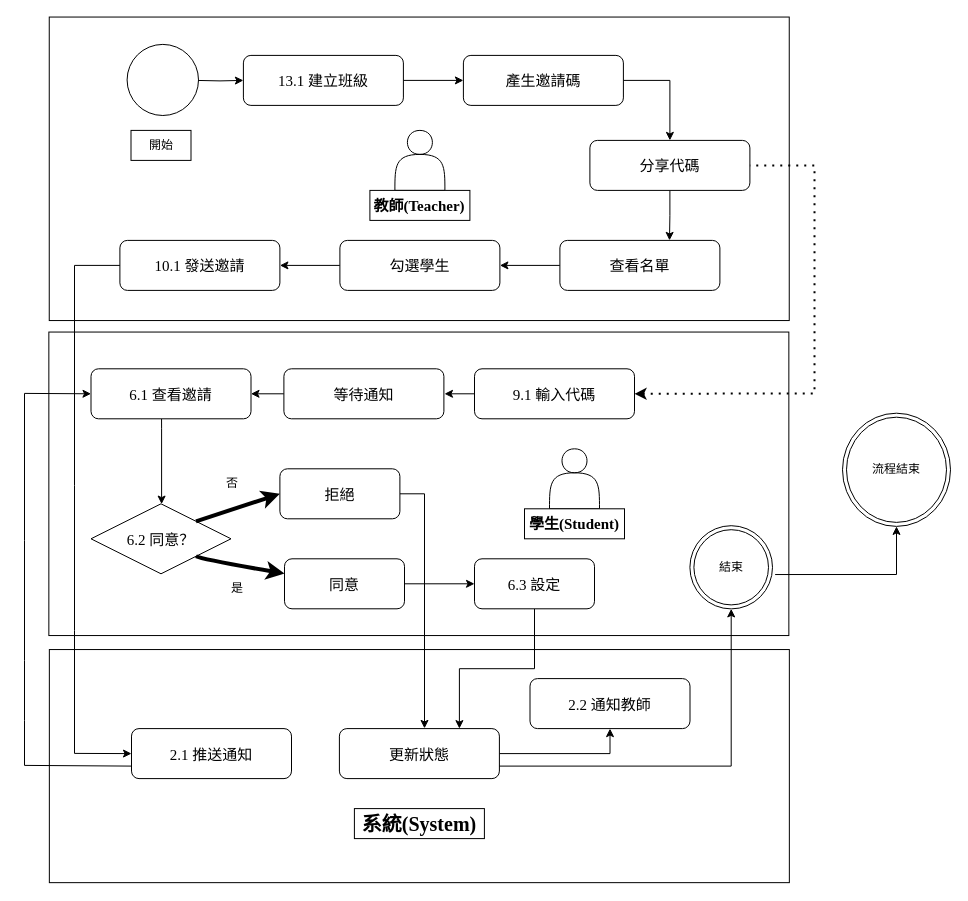
The draw.io diagram 02.專題文件/各種架構流程圖/更新班級與互動流程圖.drawio.xml in 1yidayo/Luminew, before the edit. Source tidied: cells renumbered, new cells numbered last; positions are measured from the earlier drawing's top-left corner, leaving out a move shared by most shapes. Both pictures are drawn from the tidied source at 100%, with x=0, y=0 at pixel (24, -202).
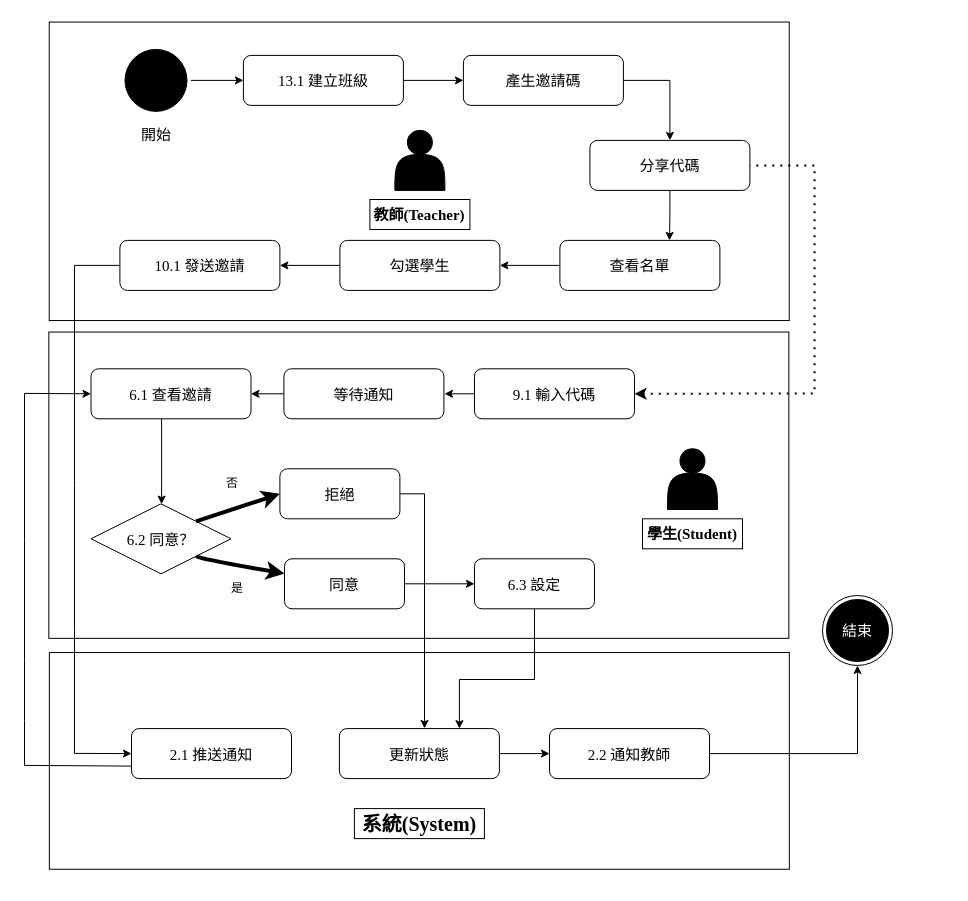
The same diagram, later.

Unchanged cells that the change refers to:
```xml
<mxCell id="7" value="13.1 建立班級" style="rounded=1;fontFamily=Times New Roman;fontSize=15;fontColor=light-dark(#000000,#000000);strokeColor=light-dark(#000000,#000000);labelBackgroundColor=light-dark(#FFFFFF,transparent);fillColor=light-dark(#FFFFFF,#FFFFFF);" parent="1" vertex="1">
  <mxGeometry x="218.9" y="256.9" width="160" height="50" as="geometry" />
</mxCell>
<mxCell id="19" value="更新狀態" style="rounded=1;fontFamily=Times New Roman;fontSize=15;fontColor=light-dark(#000000,#000000);strokeColor=light-dark(#000000,#000000);labelBackgroundColor=light-dark(#FFFFFF,transparent);fillColor=light-dark(#FFFFFF,#FFFFFF);" parent="1" vertex="1">
  <mxGeometry x="314.9" y="930.1" width="160" height="50" as="geometry" />
</mxCell>
<mxCell id="34" value="6.3 設定" style="rounded=1;fontFamily=Times New Roman;fontSize=15;flipH=0;flipV=0;fontColor=light-dark(#000000,#000000);strokeColor=light-dark(#000000,#000000);labelBackgroundColor=light-dark(#FFFFFF,transparent);fillColor=light-dark(#FFFFFF,#FFFFFF);" parent="1" vertex="1">
  <mxGeometry x="450" y="760.3" width="120" height="50" as="geometry" />
</mxCell>
```

What changed in the source:
```diff
@@
     <mxCell id="2" style="rounded=0;whiteSpace=wrap;html=1;rotation=90;fontColor=light-dark(#000000,#000000);strokeColor=light-dark(#000000,#000000);labelBackgroundColor=light-dark(#FFFFFF,#FFFFFF);fillColor=light-dark(#FFFFFF,#FFFFFF);" parent="1" vertex="1">
-      <mxGeometry x="243" y="0.3" width="303.5" height="740" as="geometry" />
+      <mxGeometry x="245.5" y="2.8" width="298.5" height="740" as="geometry" />
     </mxCell>
     <mxCell id="3" style="rounded=0;whiteSpace=wrap;html=1;rotation=90;fontColor=light-dark(#000000,#000000);strokeColor=light-dark(#000000,#000000);labelBackgroundColor=light-dark(#FFFFFF,transparent);fillColor=light-dark(#FFFFFF,#FFFFFF);" parent="1" vertex="1">
-      <mxGeometry x="278.3" y="597.6" width="233.1" height="740" as="geometry" />
+      <mxGeometry x="286.5" y="592.4" width="216.7" height="740" as="geometry" />
     </mxCell>
     <mxCell id="4" style="rounded=0;whiteSpace=wrap;html=1;rotation=90;fontColor=light-dark(#000000,#000000);strokeColor=light-dark(#000000,#000000);labelBackgroundColor=light-dark(#FFFFFF,transparent);fillColor=light-dark(#FFFFFF,#FFFFFF);" parent="1" vertex="1">
-      <mxGeometry x="242.6" y="315.3" width="303.5" height="740" as="geometry" />
+      <mxGeometry x="241.2" y="316.7" width="306.3" height="740" as="geometry" />
     </mxCell>
-    <mxCell id="5" style="edgeStyle=orthogonalEdgeStyle;rounded=0;jettySize=auto;html=1;exitX=1;exitY=0.5;exitDx=0;exitDy=0;entryX=0;entryY=0.5;entryDx=0;entryDy=0;fontColor=light-dark(#000000,#000000);strokeColor=light-dark(#000000,#000000);labelBackgroundColor=light-dark(#FFFFFF,transparent);fillColor=light-dark(#FFFFFF,#FFFFFF);" parent="1" edge="1" target="7">
-      <mxGeometry relative="1" as="geometry">
-        <mxPoint x="171" y="281.9" as="sourcePoint" />
-      </mxGeometry>
+    <mxCell id="5" style="edgeStyle=orthogonalEdgeStyle;rounded=0;jettySize=auto;html=1;exitX=1;exitY=0.5;exitDx=0;exitDy=0;entryX=0;entryY=0.5;entryDx=0;entryDy=0;fontColor=light-dark(#000000,#000000);strokeColor=light-dark(#000000,#000000);labelBackgroundColor=light-dark(#FFFFFF,transparent);fillColor=light-dark(#FFFFFF,#FFFFFF);" parent="1" edge="1" source="43" target="7">
+      <mxGeometry relative="1" as="geometry" />
     </mxCell>
@@
-    <mxCell id="18" style="edgeStyle=orthogonalEdgeStyle;rounded=0;jettySize=auto;html=1;exitX=1;exitY=0.5;exitDx=0;exitDy=0;entryX=0.5;entryY=1;entryDx=0;entryDy=0;fontColor=light-dark(#000000,#000000);strokeColor=light-dark(#000000,#000000);labelBackgroundColor=light-dark(#FFFFFF,transparent);fillColor=light-dark(#FFFFFF,#FFFFFF);" parent="1" edge="1" source="19" target="20">
-      <mxGeometry relative="1" as="geometry" />
+    <mxCell id="18" style="edgeStyle=orthogonalEdgeStyle;rounded=0;jettySize=auto;html=1;exitX=1;exitY=0.5;exitDx=0;exitDy=0;entryX=0;entryY=0.5;entryDx=0;entryDy=0;fontColor=light-dark(#000000,#000000);strokeColor=light-dark(#000000,#000000);labelBackgroundColor=light-dark(#FFFFFF,transparent);fillColor=light-dark(#FFFFFF,#FFFFFF);" parent="1" edge="1" source="19" target="20">
+      <mxGeometry relative="1" as="geometry">
+        <Array as="points">
+          <mxPoint x="518" y="955" />
+          <mxPoint x="518" y="955" />
+        </Array>
+      </mxGeometry>
     </mxCell>
@@
     <mxCell id="20" value="2.2 通知教師" style="rounded=1;fontFamily=Times New Roman;fontSize=15;fontColor=light-dark(#000000,#000000);strokeColor=light-dark(#000000,#000000);labelBackgroundColor=light-dark(#FFFFFF,transparent);fillColor=light-dark(#FFFFFF,#FFFFFF);" parent="1" vertex="1">
-      <mxGeometry x="505.5" y="880.1" width="160" height="50" as="geometry" />
+      <mxGeometry x="525" y="930.1" width="160" height="50" as="geometry" />
     </mxCell>
-    <mxCell id="21" style="shape=actor;whiteSpace=wrap;html=1;fillColor=light-dark(#FFFFFF,#000000);strokeColor=light-dark(#000000,#000000);fontColor=light-dark(#000000,#000000);labelBackgroundColor=light-dark(#FFFFFF,transparent);" parent="1" vertex="1">
+    <mxCell id="21" style="shape=actor;whiteSpace=wrap;html=1;fillColor=light-dark(#000000,#000000);strokeColor=light-dark(#000000,#000000);fontColor=light-dark(#000000,#000000);labelBackgroundColor=light-dark(#FFFFFF,transparent);" parent="1" vertex="1">
       <mxGeometry x="370.4" y="331.9" width="50" height="60" as="geometry" />
     </mxCell>
     <mxCell id="22" value="&lt;font style=&quot;font-size: 15px;&quot;&gt;教師(Teacher)&lt;/font&gt;" style="text;html=1;whiteSpace=wrap;strokeColor=light-dark(#000000,#000000);fillColor=light-dark(#FFFFFF,#FFFFFF);align=center;verticalAlign=middle;rounded=0;fontFamily=Times New Roman;fontStyle=1;fontColor=light-dark(#000000,#000000);labelBackgroundColor=light-dark(#FFFFFF,transparent);" parent="1" vertex="1">
-      <mxGeometry x="345.4" y="391.9" width="100" height="30" as="geometry" />
+      <mxGeometry x="345.4" y="401" width="100" height="30" as="geometry" />
     </mxCell>
@@
     <mxCell id="33" style="edgeStyle=orthogonalEdgeStyle;rounded=0;jettySize=auto;html=1;exitX=0.5;exitY=1;exitDx=0;exitDy=0;entryX=0.75;entryY=0;entryDx=0;entryDy=0;fontColor=light-dark(#000000,#000000);strokeColor=light-dark(#000000,#000000);labelBackgroundColor=light-dark(#FFFFFF,transparent);fillColor=light-dark(#FFFFFF,#FFFFFF);" parent="1" edge="1" source="34" target="19">
-      <mxGeometry relative="1" as="geometry" />
+      <mxGeometry relative="1" as="geometry">
+        <Array as="points">
+          <mxPoint x="510" y="881" />
+          <mxPoint x="435" y="881" />
+        </Array>
+      </mxGeometry>
     </mxCell>
@@
-    <mxCell id="37" style="shape=actor;whiteSpace=wrap;html=1;fillColor=light-dark(#FFFFFF,#000000);strokeColor=light-dark(#000000,#000000);flipH=0;flipV=0;fontColor=light-dark(#000000,#000000);labelBackgroundColor=light-dark(#FFFFFF,transparent);" parent="1" vertex="1">
-      <mxGeometry x="525" y="650.3" width="50" height="60" as="geometry" />
+    <mxCell id="37" style="shape=actor;whiteSpace=wrap;html=1;fillColor=light-dark(#000000,#000000);strokeColor=light-dark(#000000,#000000);flipH=0;flipV=0;fontColor=light-dark(#000000,#000000);labelBackgroundColor=light-dark(#FFFFFF,transparent);" parent="1" vertex="1">
+      <mxGeometry x="643" y="650.3" width="50" height="60.7" as="geometry" />
     </mxCell>
     <mxCell id="38" value="&lt;font style=&quot;font-size: 15px;&quot;&gt;學生(Student)&lt;/font&gt;" style="text;html=1;whiteSpace=wrap;strokeColor=light-dark(#000000,#000000);fillColor=light-dark(#FFFFFF,#FFFFFF);align=center;verticalAlign=middle;rounded=0;fontStyle=1;fontFamily=Times New Roman;flipH=0;flipV=0;fontColor=light-dark(#000000,#000000);labelBackgroundColor=light-dark(#FFFFFF,transparent);" parent="1" vertex="1">
-      <mxGeometry x="500" y="710.3" width="100" height="30" as="geometry" />
+      <mxGeometry x="618" y="720.3" width="100" height="30" as="geometry" />
     </mxCell>
@@
-    <mxCell id="43" style="ellipse;html=1;shape=startState;fillColor=light-dark(#FFFFFF,#000000);strokeColor=light-dark(#000000,#000000);fontColor=light-dark(#000000,#000000);labelBackgroundColor=light-dark(#FFFFFF,transparent);" parent="1" vertex="1">
-      <mxGeometry x="98.6" y="241.9" width="79.4" height="79.1" as="geometry" />
+    <mxCell id="43" style="ellipse;html=1;shape=startState;fillColor=light-dark(#000000,#000000);strokeColor=light-dark(#000000,#000000);fontColor=light-dark(#000000,#000000);labelBackgroundColor=light-dark(#FFFFFF,transparent);" parent="1" vertex="1">
+      <mxGeometry x="96.5" y="246.9" width="70" height="70" as="geometry" />
     </mxCell>
-    <mxCell id="44" value="開始" style="text;html=1;whiteSpace=wrap;strokeColor=light-dark(#000000,#000000);fillColor=light-dark(#FFFFFF,#FFFFFF);align=center;verticalAlign=middle;rounded=0;fontColor=light-dark(#000000,#000000);labelBackgroundColor=light-dark(#FFFFFF,transparent);" parent="1" vertex="1">
-      <mxGeometry x="106.5" y="331.9" width="60" height="30" as="geometry" />
-    </mxCell>
-    <mxCell id="45" style="ellipse;html=1;shape=endState;fillColor=light-dark(#FFFFFF,#000000);strokeColor=light-dark(#000000,#000000);fontColor=light-dark(#000000,#000000);labelBackgroundColor=light-dark(#FFFFFF,transparent);" parent="1" vertex="1">
-      <mxGeometry x="665.4" y="727.2" width="82.6" height="83.2" as="geometry" />
+    <mxCell id="45" style="ellipse;html=1;shape=endState;fillColor=light-dark(#000000,#000000);strokeColor=light-dark(#000000,#000000);fontColor=light-dark(#000000,#000000);labelBackgroundColor=light-dark(#FFFFFF,transparent);" parent="1" vertex="1">
+      <mxGeometry x="798" y="797" width="70" height="70" as="geometry" />
     </mxCell>
-    <mxCell id="46" style="ellipse;html=1;shape=endState;fillColor=light-dark(#FFFFFF,#000000);strokeColor=light-dark(#000000,#000000);fontColor=light-dark(#000000,#000000);labelBackgroundColor=light-dark(#FFFFFF,transparent);" parent="1" vertex="1">
-      <mxGeometry x="818" y="614.7" width="108" height="113.2" as="geometry" />
-    </mxCell>
-    <mxCell id="47" value="流程結束" style="text;html=1;whiteSpace=wrap;strokeColor=none;fillColor=none;align=center;verticalAlign=middle;rounded=0;" parent="1" vertex="1">
-      <mxGeometry x="842" y="656.2" width="60" height="30" as="geometry" />
-    </mxCell>
@@
-    <mxCell id="51" value="結束" style="text;html=1;whiteSpace=wrap;strokeColor=none;fillColor=none;align=center;verticalAlign=middle;rounded=0;" parent="1" vertex="1">
-      <mxGeometry x="676.7" y="753.7" width="60" height="30" as="geometry" />
+    <mxCell id="51" value="結束" style="text;html=1;whiteSpace=wrap;strokeColor=none;fillColor=none;align=center;verticalAlign=middle;rounded=0;fontSize=15;fontColor=#FFFFFF;" parent="1" vertex="1">
+      <mxGeometry x="803" y="817" width="60" height="30" as="geometry" />
     </mxCell>
-    <mxCell id="52" style="edgeStyle=orthogonalEdgeStyle;rounded=0;jettySize=auto;html=1;fontColor=light-dark(#000000,#000000);strokeColor=light-dark(#000000,#000000);labelBackgroundColor=light-dark(#FFFFFF,transparent);fillColor=light-dark(#FFFFFF,#FFFFFF);exitX=1;exitY=0.75;exitDx=0;exitDy=0;entryX=0.5;entryY=1;entryDx=0;entryDy=0;" parent="1" edge="1" source="19" target="45">
+    <mxCell id="52" style="edgeStyle=orthogonalEdgeStyle;rounded=0;jettySize=auto;html=1;fontColor=light-dark(#000000,#000000);strokeColor=light-dark(#000000,#000000);labelBackgroundColor=light-dark(#FFFFFF,transparent);fillColor=light-dark(#FFFFFF,#FFFFFF);exitX=1;exitY=0.5;exitDx=0;exitDy=0;entryX=0.5;entryY=1;entryDx=0;entryDy=0;" parent="1" edge="1" source="20" target="45">
       <mxGeometry relative="1" as="geometry" />
     </mxCell>
-    <mxCell id="53" style="edgeStyle=orthogonalEdgeStyle;rounded=0;jettySize=auto;html=1;fontColor=light-dark(#000000,#000000);strokeColor=light-dark(#000000,#000000);labelBackgroundColor=light-dark(#FFFFFF,transparent);fillColor=light-dark(#FFFFFF,#FFFFFF);exitX=1.032;exitY=0.587;exitDx=0;exitDy=0;exitPerimeter=0;curved=0;" parent="1" edge="1" source="45" target="46">
-      <mxGeometry relative="1" as="geometry">
-        <Array as="points">
-          <mxPoint x="872" y="776" />
-        </Array>
-      </mxGeometry>
-    </mxCell>
+    <mxCell id="44" value="開始" style="text;html=1;whiteSpace=wrap;strokeColor=none;fillColor=none;align=center;verticalAlign=middle;rounded=0;fontSize=15;" parent="1" vertex="1">
+      <mxGeometry x="101.5" y="321" width="60" height="30" as="geometry" />
+    </mxCell>
```
